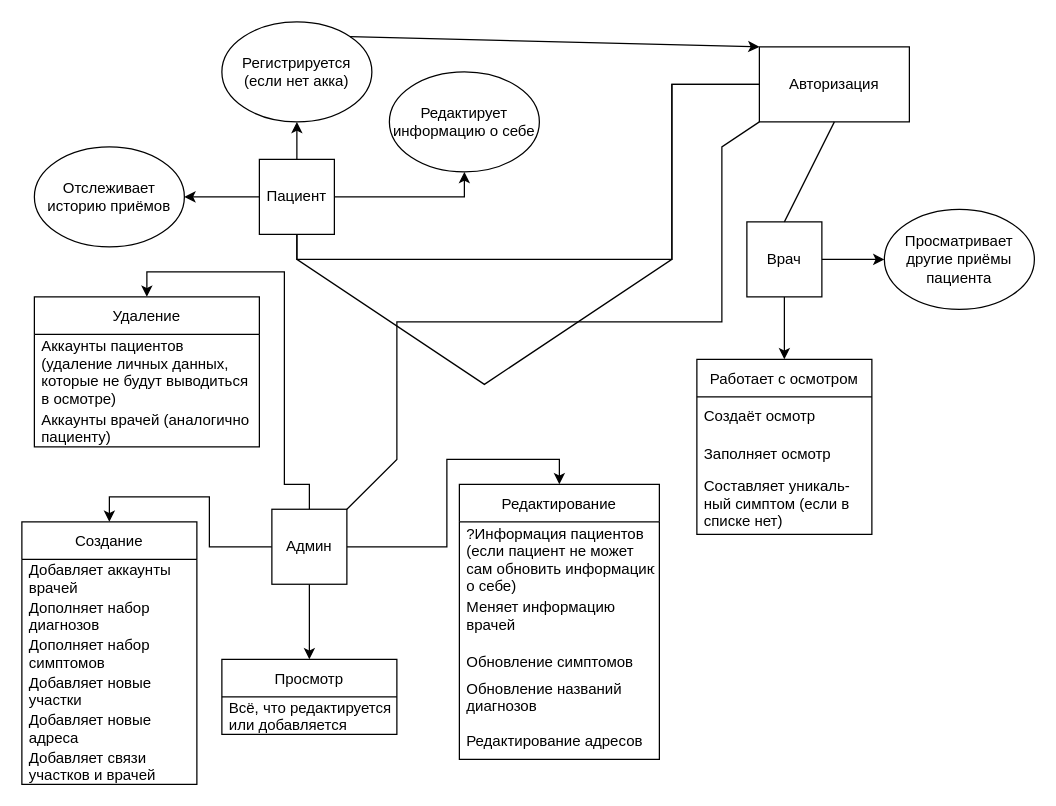
Rubelewaskes/Hospital keeps this draw.io diagram as page "Общий" (1 of 4) of Требования к проекту.drawio. Above is the earlier version. Source tidied: cells renumbered, new cells numbered last; positions are measured from the earlier drawing's top-left corner, leaving out a move shared by most shapes. Both pictures are drawn from the tidied source at 125%, with x=0, y=0 at pixel (21, 21).
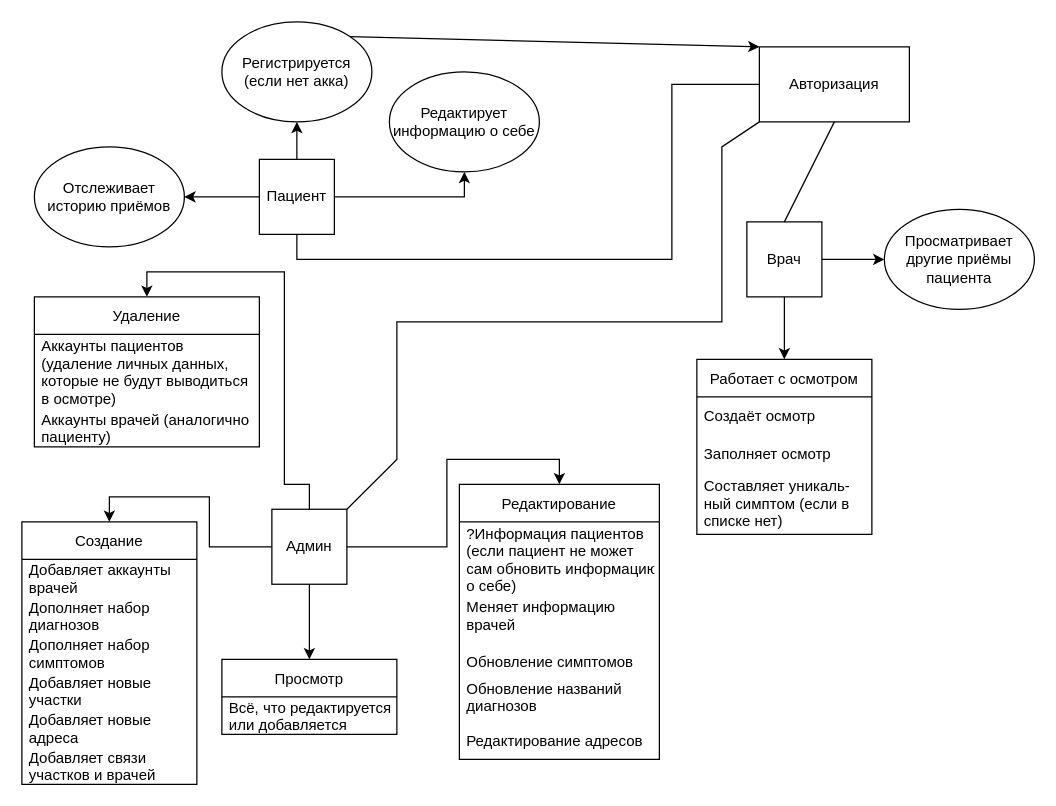
After the change.

Unchanged cells that the change refers to:
```xml
<mxCell id="2" value="Авторизация" style="rounded=0;whiteSpace=wrap;html=1;" parent="1" vertex="1">
  <mxGeometry x="590" y="20" width="120" height="60" as="geometry" />
</mxCell>
<mxCell id="6" value="Пациент" style="rounded=0;whiteSpace=wrap;html=1;" parent="1" vertex="1">
  <mxGeometry x="190" y="110" width="60" height="60" as="geometry" />
</mxCell>
```

Diff of the diagram source:
```diff
@@
-    <mxCell id="45" style="endArrow=none;html=1;rounded=0;entryX=0;entryY=0.5;entryDx=0;entryDy=0;exitX=0.5;exitY=1;exitDx=0;exitDy=0;" parent="1" edge="1" source="6" target="2">
-      <mxGeometry relative="1" as="geometry">
-        <Array as="points">
-          <mxPoint x="220" y="190" />
-          <mxPoint x="370" y="290" />
-          <mxPoint x="520" y="190" />
-          <mxPoint x="520" y="50" />
-        </Array>
-      </mxGeometry>
-    </mxCell>
```
